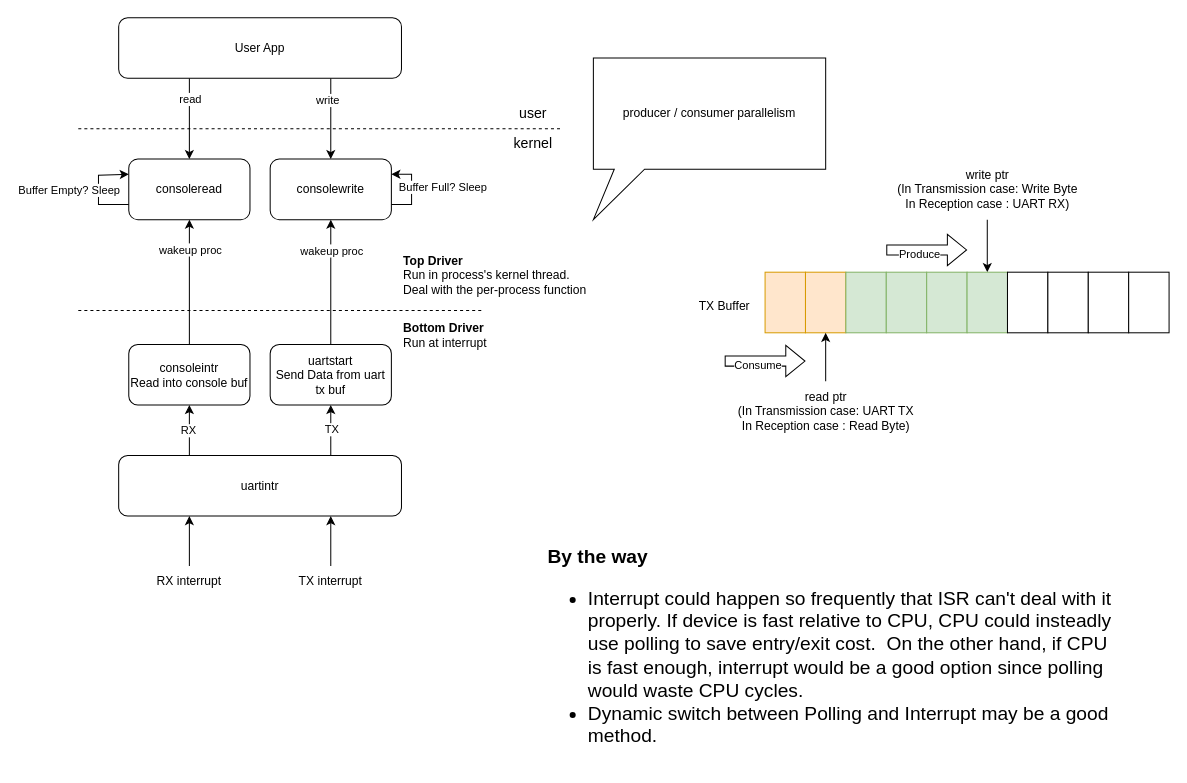
Above: page "UART" (2 of 7) of doc/lecture-note.drawio in ghghghg2/mit-6.s081 (draw.io), before the change. Source tidied: cells renumbered, new cells numbered last; positions are measured from the earlier drawing's top-left corner, leaving out a move shared by most shapes. Both pictures are drawn from the tidied source at 101%, with x=0, y=0 at pixel (78, 17).
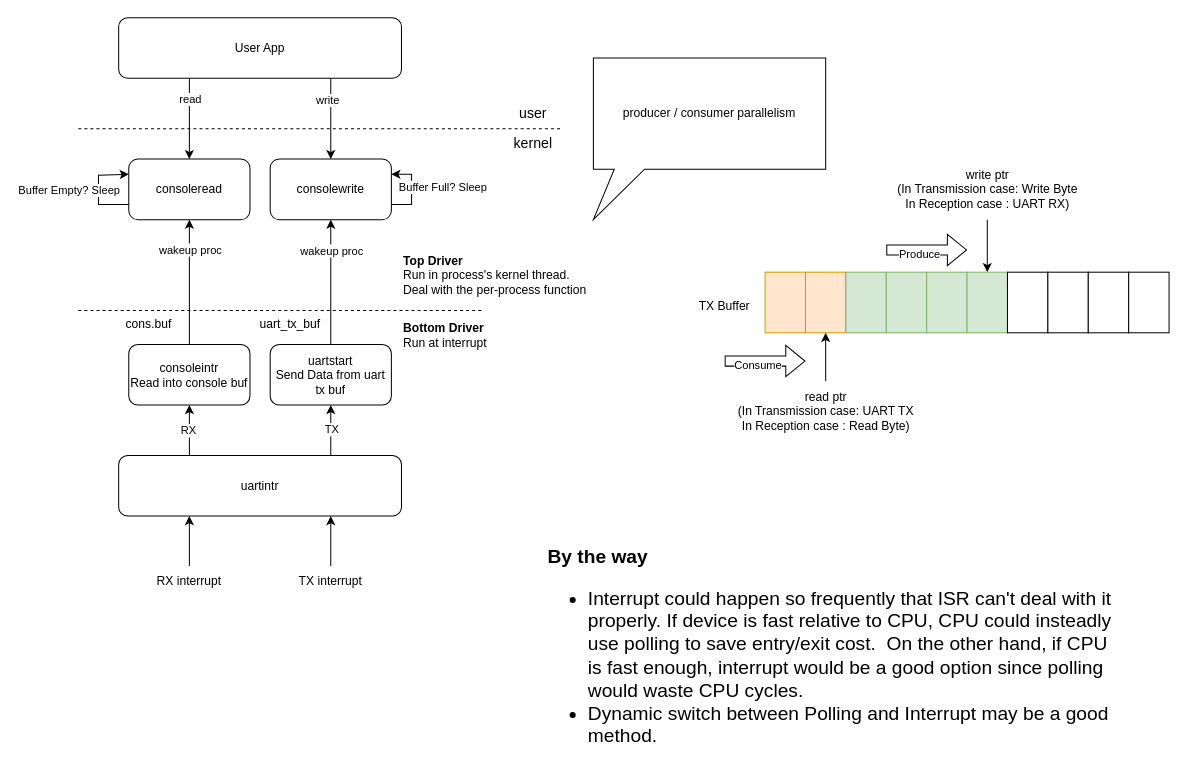
The same diagram, later.

Change to the diagram source:
```diff
@@
+    <mxCell id="55" value="uart_tx_buf" style="text;whiteSpace=wrap;html=1;align=center;" parent="1" vertex="1">
+      <mxGeometry x="170" y="290" width="80" height="30" as="geometry" />
+    </mxCell>
+    <mxCell id="56" value="cons.buf" style="text;whiteSpace=wrap;html=1;align=center;" parent="1" vertex="1">
+      <mxGeometry x="40" y="290" width="60" height="30" as="geometry" />
+    </mxCell>
```
